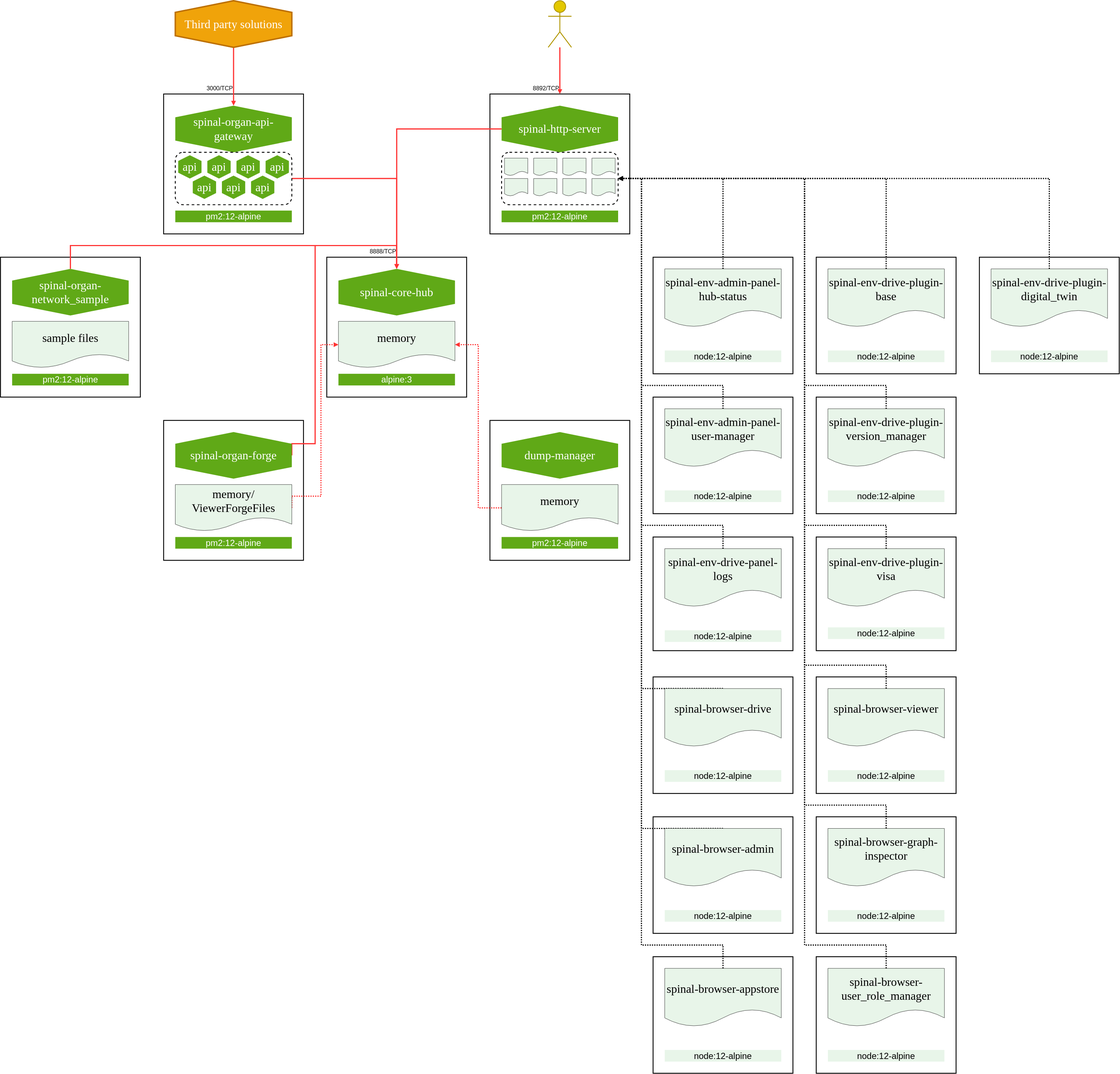
This is docs/diagrams/architecture_v0.0.1.drawio.svg from fjudith/spinalker, a draw.io export, as it was before one commit. Source tidied: cells renumbered, new cells last; positions are measured from the earlier drawing's top-left corner, leaving out a move shared by most shapes.
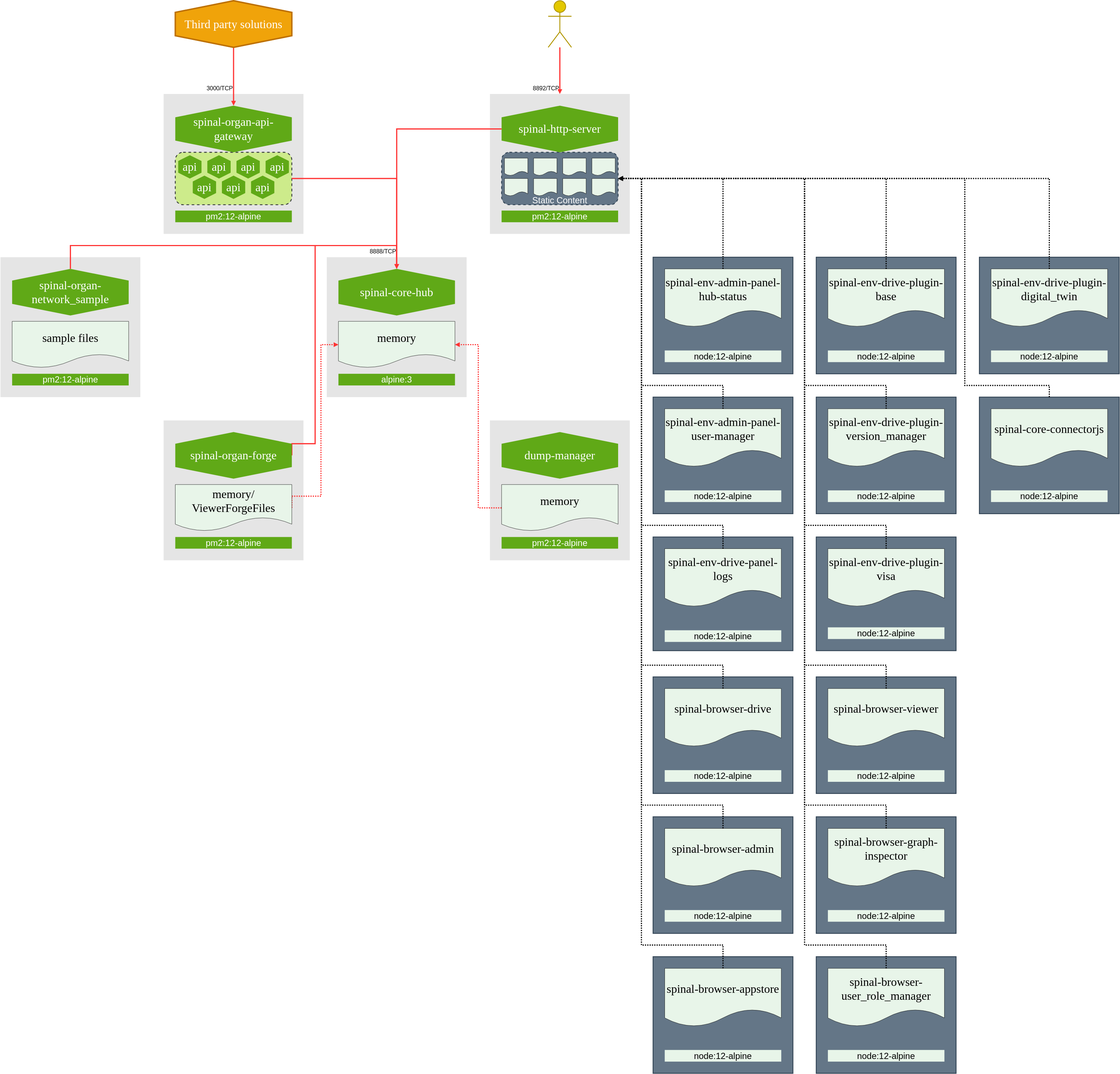
Above is the later version.

Commit message:
#17 Added spinal-core-connectorjs

What changed in the source:
```diff
@@ -4,11 +4,14 @@
     <mxCell id="1" parent="0" />
+    <mxCell id="4" style="whiteSpace=wrap;html=1;rounded=0;sketch=0;strokeWidth=3;fillColor=#E5E5E5;strokeColor=none;" parent="1" vertex="1">
+      <mxGeometry x="560" y="320" width="480" height="480" as="geometry" />
+    </mxCell>
+    <mxCell id="106" style="rounded=1;whiteSpace=wrap;html=1;fillColor=#cdeb8b;strokeWidth=3;dashed=1;strokeColor=#36393d;" parent="1" vertex="1">
+      <mxGeometry x="600" y="520" width="400" height="180" as="geometry" />
+    </mxCell>
-    <mxCell id="2" style="whiteSpace=wrap;html=1;rounded=0;sketch=0;fillColor=none;strokeWidth=3;" parent="1" vertex="1">
+    <mxCell id="2" style="whiteSpace=wrap;html=1;rounded=0;sketch=0;fillColor=#E5E5E5;strokeWidth=3;strokeColor=none;" parent="1" vertex="1">
       <mxGeometry x="1680" y="320" width="480" height="480" as="geometry" />
     </mxCell>
-    <mxCell id="3" style="rounded=1;whiteSpace=wrap;html=1;fillColor=none;strokeWidth=3;dashed=1;" parent="1" vertex="1">
+    <mxCell id="3" style="rounded=1;whiteSpace=wrap;html=1;fillColor=#647687;strokeWidth=3;dashed=1;strokeColor=#314354;fontColor=#ffffff;" parent="1" vertex="1">
       <mxGeometry x="1720" y="520" width="400" height="180" as="geometry" />
     </mxCell>
-    <mxCell id="4" style="whiteSpace=wrap;html=1;rounded=0;sketch=0;strokeWidth=3;fillColor=none;" parent="1" vertex="1">
-      <mxGeometry x="560" y="320" width="480" height="480" as="geometry" />
-    </mxCell>
     <mxCell id="5" style="edgeStyle=orthogonalEdgeStyle;rounded=0;jettySize=auto;html=1;entryX=0;entryY=0.5;entryDx=0;entryDy=0;fontFamily=Arial;fontSize=20;fontColor=#005700;strokeWidth=4;endFill=1;endArrow=block;startFill=0;fillColor=#a20025;strokeColor=#FF3333;exitX=1;exitY=0.5;exitDx=0;exitDy=0;" parent="1" edge="1" source="106" target="11">
@@ -16,3 +19,3 @@
     </mxCell>
-    <mxCell id="6" style="rounded=0;whiteSpace=wrap;html=1;fillColor=none;fontColor=#f0f0f0;strokeWidth=3;sketch=0;" parent="1" vertex="1">
+    <mxCell id="6" style="rounded=0;whiteSpace=wrap;html=1;fillColor=#647687;fontColor=#ffffff;strokeWidth=3;sketch=0;strokeColor=#314354;" parent="1" vertex="1">
       <mxGeometry x="2240" y="880" width="480" height="400" as="geometry" />
@@ -28,3 +31,3 @@
     </mxCell>
-    <mxCell id="10" style="whiteSpace=wrap;html=1;rounded=0;sketch=0;fillColor=none;strokeWidth=3;" parent="1" vertex="1">
+    <mxCell id="10" style="whiteSpace=wrap;html=1;rounded=0;sketch=0;fillColor=#E5E5E5;strokeWidth=3;strokeColor=none;" parent="1" vertex="1">
       <mxGeometry x="1120" y="880" width="480" height="480" as="geometry" />
@@ -53,3 +56,3 @@
     </mxCell>
-    <mxCell id="17" style="rounded=0;whiteSpace=wrap;html=1;fillColor=none;fontColor=#f0f0f0;strokeWidth=3;sketch=0;" parent="1" vertex="1">
+    <mxCell id="17" style="rounded=0;whiteSpace=wrap;html=1;fillColor=#647687;fontColor=#ffffff;strokeWidth=3;sketch=0;strokeColor=#314354;" parent="1" vertex="1">
       <mxGeometry x="2240" y="1360" width="480" height="400" as="geometry" />
@@ -71,3 +74,3 @@
     </mxCell>
-    <mxCell id="21" style="rounded=0;whiteSpace=wrap;html=1;fillColor=none;fontColor=#f0f0f0;strokeWidth=3;sketch=0;" parent="1" vertex="1">
+    <mxCell id="21" style="rounded=0;whiteSpace=wrap;html=1;fillColor=#647687;fontColor=#ffffff;strokeWidth=3;sketch=0;strokeColor=#314354;" parent="1" vertex="1">
       <mxGeometry x="2240" y="1840" width="480" height="390" as="geometry" />
@@ -89,3 +92,3 @@
     </mxCell>
-    <mxCell id="25" style="rounded=0;whiteSpace=wrap;html=1;fillColor=none;fontColor=#f0f0f0;strokeWidth=3;sketch=0;" parent="1" vertex="1">
+    <mxCell id="25" style="rounded=0;whiteSpace=wrap;html=1;fillColor=#647687;fontColor=#ffffff;strokeWidth=3;sketch=0;strokeColor=#314354;" parent="1" vertex="1">
       <mxGeometry x="2800" y="880" width="480" height="400" as="geometry" />
@@ -101,3 +104,3 @@
     </mxCell>
-    <mxCell id="29" style="rounded=0;whiteSpace=wrap;html=1;fillColor=none;fontColor=#f0f0f0;strokeWidth=3;sketch=0;" parent="1" vertex="1">
+    <mxCell id="29" style="rounded=0;whiteSpace=wrap;html=1;fillColor=#647687;fontColor=#ffffff;strokeWidth=3;sketch=0;strokeColor=#314354;" parent="1" vertex="1">
       <mxGeometry x="2800" y="1360" width="480" height="400" as="geometry" />
@@ -119,3 +122,3 @@
     </mxCell>
-    <mxCell id="33" style="rounded=0;whiteSpace=wrap;html=1;fillColor=none;fontColor=#f0f0f0;strokeWidth=3;sketch=0;" parent="1" vertex="1">
+    <mxCell id="33" style="rounded=0;whiteSpace=wrap;html=1;fillColor=#647687;fontColor=#ffffff;strokeWidth=3;sketch=0;strokeColor=#314354;" parent="1" vertex="1">
       <mxGeometry x="2800" y="1840" width="480" height="390" as="geometry" />
@@ -137,3 +140,3 @@
     </mxCell>
-    <mxCell id="37" style="rounded=0;whiteSpace=wrap;html=1;fillColor=none;fontColor=#f0f0f0;strokeWidth=3;sketch=0;" parent="1" vertex="1">
+    <mxCell id="37" style="rounded=0;whiteSpace=wrap;html=1;fillColor=#647687;fontColor=#ffffff;strokeWidth=3;sketch=0;strokeColor=#314354;" parent="1" vertex="1">
       <mxGeometry x="3360" y="880" width="480" height="400" as="geometry" />
@@ -149,3 +152,3 @@
     </mxCell>
-    <mxCell id="41" style="rounded=0;whiteSpace=wrap;html=1;fillColor=none;fontColor=#f0f0f0;strokeWidth=3;sketch=0;" parent="1" vertex="1">
+    <mxCell id="41" style="rounded=0;whiteSpace=wrap;html=1;fillColor=#647687;fontColor=#ffffff;strokeWidth=3;sketch=0;strokeColor=#314354;" parent="1" vertex="1">
       <mxGeometry x="2240" y="2800" width="480" height="400" as="geometry" />
@@ -158,3 +161,4 @@
         <Array as="points">
-          <mxPoint x="2200" y="2840" />
+          <mxPoint x="2480" y="2760" />
+          <mxPoint x="2200" y="2760" />
           <mxPoint x="2200" y="610" />
@@ -166,3 +170,3 @@
     </mxCell>
-    <mxCell id="45" style="rounded=0;whiteSpace=wrap;html=1;fillColor=none;fontColor=#f0f0f0;strokeWidth=3;sketch=0;" parent="1" vertex="1">
+    <mxCell id="45" style="rounded=0;whiteSpace=wrap;html=1;fillColor=#647687;fontColor=#ffffff;strokeWidth=3;sketch=0;strokeColor=#314354;" parent="1" vertex="1">
       <mxGeometry x="2240" y="3280" width="480" height="400" as="geometry" />
@@ -184,3 +188,3 @@
     </mxCell>
-    <mxCell id="49" style="rounded=0;whiteSpace=wrap;html=1;fillColor=none;fontColor=#f0f0f0;strokeWidth=3;sketch=0;" parent="1" vertex="1">
+    <mxCell id="49" style="rounded=0;whiteSpace=wrap;html=1;fillColor=#647687;fontColor=#ffffff;strokeWidth=3;sketch=0;strokeColor=#314354;" parent="1" vertex="1">
       <mxGeometry x="2240" y="2320" width="480" height="400" as="geometry" />
@@ -194,3 +198,4 @@
         <Array as="points">
-          <mxPoint x="2200" y="2360" />
+          <mxPoint x="2480" y="2280" />
+          <mxPoint x="2200" y="2280" />
           <mxPoint x="2200" y="610" />
@@ -202,3 +207,3 @@
     </mxCell>
-    <mxCell id="53" style="rounded=0;whiteSpace=wrap;html=1;fillColor=none;fontColor=#f0f0f0;strokeWidth=3;sketch=0;" parent="1" vertex="1">
+    <mxCell id="53" style="rounded=0;whiteSpace=wrap;html=1;fillColor=#647687;fontColor=#ffffff;strokeWidth=3;sketch=0;strokeColor=#314354;" parent="1" vertex="1">
       <mxGeometry x="2800" y="2800" width="480" height="400" as="geometry" />
@@ -220,3 +225,3 @@
     </mxCell>
-    <mxCell id="57" style="rounded=0;whiteSpace=wrap;html=1;fillColor=none;fontColor=#f0f0f0;strokeWidth=3;sketch=0;" parent="1" vertex="1">
+    <mxCell id="57" style="rounded=0;whiteSpace=wrap;html=1;fillColor=#647687;fontColor=#ffffff;strokeWidth=3;sketch=0;strokeColor=#314354;" parent="1" vertex="1">
       <mxGeometry x="2800" y="3280" width="480" height="400" as="geometry" />
@@ -238,3 +243,3 @@
     </mxCell>
-    <mxCell id="61" style="rounded=0;whiteSpace=wrap;html=1;fillColor=none;fontColor=#f0f0f0;strokeWidth=3;sketch=0;" parent="1" vertex="1">
+    <mxCell id="61" style="rounded=0;whiteSpace=wrap;html=1;fillColor=#647687;fontColor=#ffffff;strokeWidth=3;sketch=0;strokeColor=#314354;" parent="1" vertex="1">
       <mxGeometry x="2800" y="2320" width="480" height="400" as="geometry" />
@@ -259,3 +264,3 @@
     </mxCell>
-    <mxCell id="66" style="whiteSpace=wrap;html=1;rounded=0;sketch=0;fillColor=none;strokeWidth=3;" parent="1" vertex="1">
+    <mxCell id="66" style="whiteSpace=wrap;html=1;rounded=0;sketch=0;fillColor=#E5E5E5;strokeWidth=3;strokeColor=none;" parent="1" vertex="1">
       <mxGeometry x="1680" y="1440" width="480" height="480" as="geometry" />
@@ -274,3 +279,3 @@
     </mxCell>
-    <mxCell id="71" style="whiteSpace=wrap;html=1;rounded=0;sketch=0;fillColor=none;strokeWidth=3;" parent="1" vertex="1">
+    <mxCell id="71" style="whiteSpace=wrap;html=1;rounded=0;sketch=0;fillColor=#E5E5E5;strokeWidth=3;strokeColor=none;" parent="1" vertex="1">
       <mxGeometry x="560" y="1440" width="480" height="480" as="geometry" />
@@ -351,3 +356,3 @@
     </mxCell>
-    <mxCell id="93" style="whiteSpace=wrap;html=1;rounded=0;sketch=0;fillColor=none;strokeWidth=3;" parent="1" vertex="1">
+    <mxCell id="93" style="whiteSpace=wrap;html=1;rounded=0;sketch=0;fillColor=#E5E5E5;strokeWidth=3;strokeColor=none;" parent="1" vertex="1">
       <mxGeometry y="880" width="480" height="480" as="geometry" />
@@ -395,5 +400,20 @@
     </mxCell>
-    <mxCell id="106" style="rounded=1;whiteSpace=wrap;html=1;fillColor=none;strokeWidth=3;dashed=1;" parent="1" vertex="1">
-      <mxGeometry x="600" y="520" width="400" height="180" as="geometry" />
-    </mxCell>
+    <mxCell id="107" style="rounded=0;whiteSpace=wrap;html=1;fillColor=#647687;fontColor=#ffffff;strokeWidth=3;sketch=0;strokeColor=#314354;" parent="1" vertex="1">
+      <mxGeometry x="3360" y="1360" width="480" height="400" as="geometry" />
+    </mxCell>
+    <mxCell id="108" value="node:12-alpine" style="rounded=0;whiteSpace=wrap;html=1;fontSize=30;align=center;strokeWidth=3;strokeColor=none;fontColor=#000000;fillColor=#E8F5E9;" parent="1" vertex="1">
+      <mxGeometry x="3400" y="1680" width="400" height="40" as="geometry" />
+    </mxCell>
+    <mxCell id="109" value="&lt;font face=&quot;verdana&quot;&gt;&lt;span style=&quot;font-size: 40px&quot;&gt;spinal-core-connectorjs&lt;/span&gt;&lt;/font&gt;" style="shape=document;whiteSpace=wrap;html=1;boundedLbl=1;fillColor=#E8F5E9;fontColor=#000000;" parent="1" vertex="1">
+      <mxGeometry x="3400" y="1400" width="400" height="200" as="geometry" />
+    </mxCell>
+    <mxCell id="110" style="edgeStyle=orthogonalEdgeStyle;rounded=0;jettySize=auto;html=1;exitX=0.5;exitY=0;exitDx=0;exitDy=0;entryX=1;entryY=0.5;entryDx=0;entryDy=0;startFill=0;endArrow=block;endFill=1;strokeWidth=4;fontFamily=Arial;fontSize=20;fontColor=#005700;dashed=1;dashPattern=1 1;" parent="1" edge="1" source="107" target="3">
+      <mxGeometry relative="1" as="geometry">
+        <Array as="points">
+          <mxPoint x="3600" y="1320" />
+          <mxPoint x="3310" y="1320" />
+          <mxPoint x="3310" y="610" />
+        </Array>
+      </mxGeometry>
+    </mxCell>
   </root>
```
